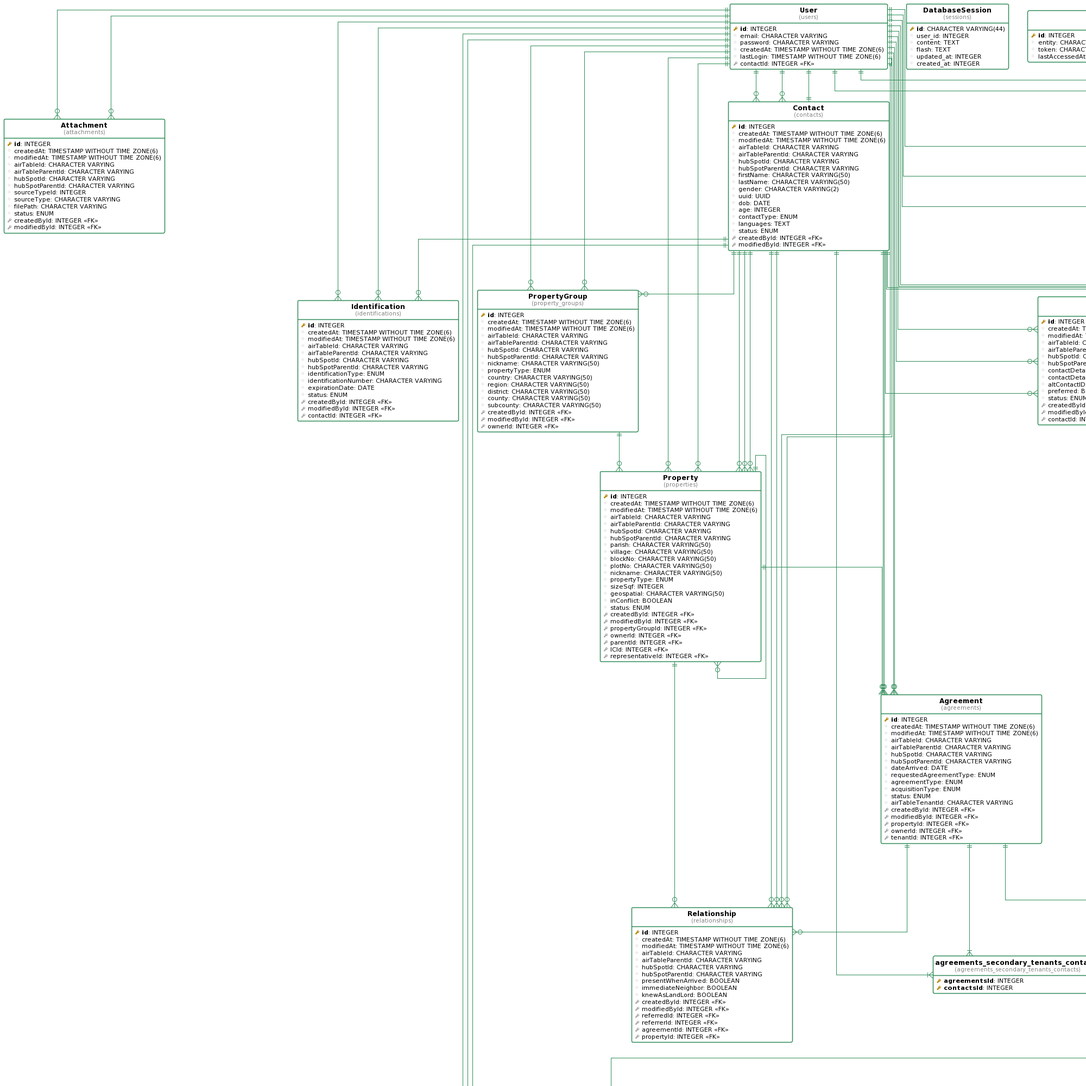
The PlantUML diagram docs/database-uml.png in Mwimwii/esapp-bb, before a commit.
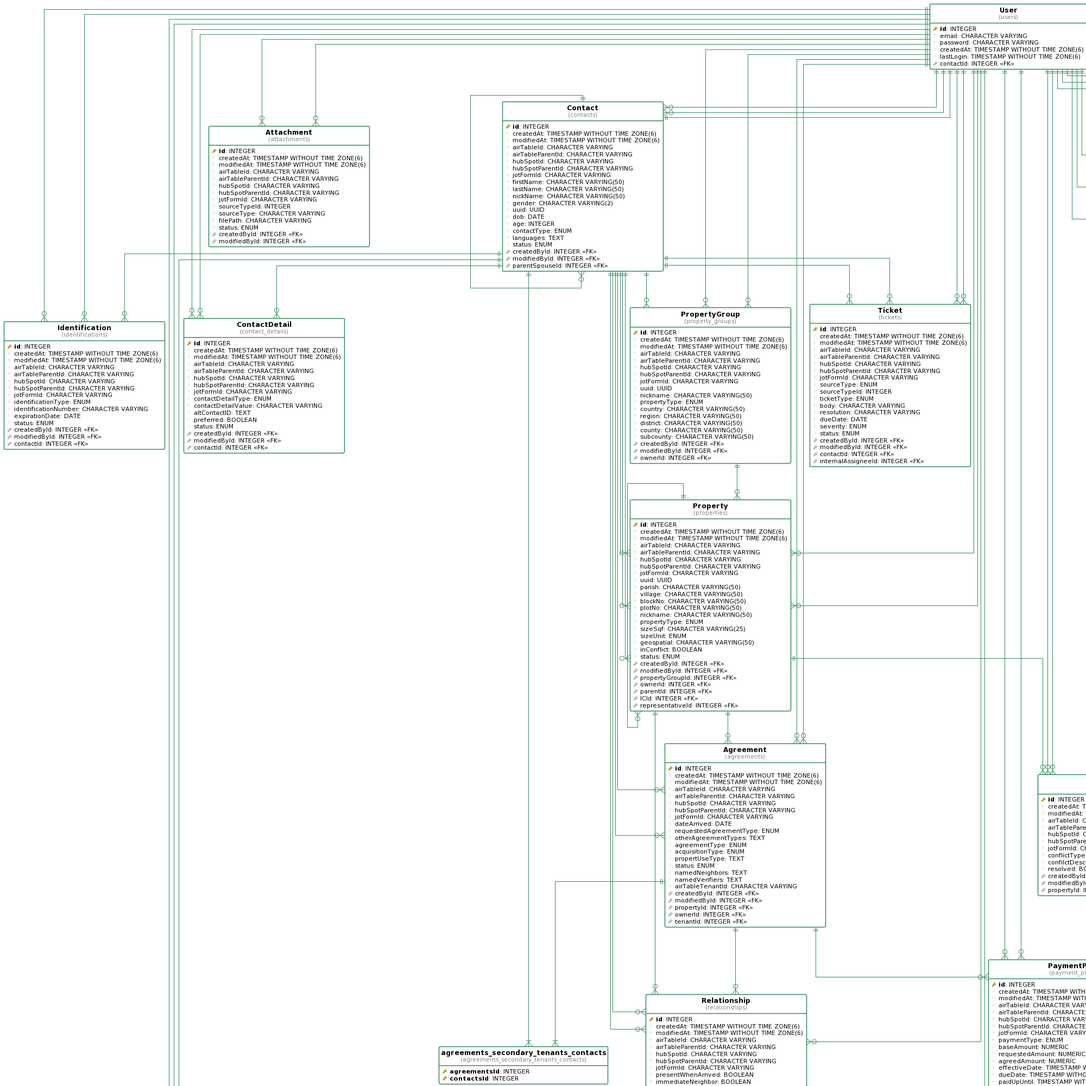
Above is the later version.

Commit message:
[titl-1201420972393555] Read and store sequence

What changed in the source:
```diff
@@ -41,6 +41,32 @@
   column( created_at ): INTEGER
 }
 
+table( Agreement, agreements ) as agreements {
+  pkey( id ): INTEGER
+  column( createdAt ): TIMESTAMP WITHOUT TIME ZONE(6)
+  column( modifiedAt ): TIMESTAMP WITHOUT TIME ZONE(6)
+  column( airTableId ): CHARACTER VARYING
+  column( airTableParentId ): CHARACTER VARYING
+  column( hubSpotId ): CHARACTER VARYING
+  column( hubSpotParentId ): CHARACTER VARYING
+  column( jotFormId ): CHARACTER VARYING
+  column( dateArrived ): DATE
+  column( requestedAgreementType ): ENUM
+  column( otherAgreementTypes ): TEXT
+  column( agreementType ): ENUM
+  column( acquisitionType ): ENUM
+  column( propertUseType ): TEXT
+  column( status ): ENUM
+  column( namedNeighbors ): TEXT
+  column( namedVerifiers ): TEXT
+  column( airTableTenantId ): CHARACTER VARYING
+  fkey( createdById ): INTEGER <<FK>>
+  fkey( modifiedById ): INTEGER <<FK>>
+  fkey( propertyId ): INTEGER <<FK>>
+  fkey( ownerId ): INTEGER <<FK>>
+  fkey( tenantId ): INTEGER <<FK>>
+}
+
 table( Attachment, attachments ) as attachments {
   pkey( id ): INTEGER
   column( createdAt ): TIMESTAMP WITHOUT TIME ZONE(6)
@@ -49,6 +75,7 @@
   column( airTableParentId ): CHARACTER VARYING
   column( hubSpotId ): CHARACTER VARYING
   column( hubSpotParentId ): CHARACTER VARYING
+  column( jotFormId ): CHARACTER VARYING
   column( sourceTypeId ): INTEGER
   column( sourceType ): CHARACTER VARYING
   column( filePath ): CHARACTER VARYING
@@ -65,6 +92,7 @@
   column( airTableParentId ): CHARACTER VARYING
   column( hubSpotId ): CHARACTER VARYING
   column( hubSpotParentId ): CHARACTER VARYING
+  column( jotFormId ): CHARACTER VARYING
   column( identificationType ): ENUM
   column( identificationNumber ): CHARACTER VARYING
   column( expirationDate ): DATE
@@ -82,6 +110,8 @@
   column( airTableParentId ): CHARACTER VARYING
   column( hubSpotId ): CHARACTER VARYING
   column( hubSpotParentId ): CHARACTER VARYING
+  column( jotFormId ): CHARACTER VARYING
+  column( uuid ): UUID
   column( nickname ): CHARACTER VARYING(50)
   column( propertyType ): ENUM
   column( country ): CHARACTER VARYING(50)
@@ -102,8 +132,10 @@
   column( airTableParentId ): CHARACTER VARYING
   column( hubSpotId ): CHARACTER VARYING
   column( hubSpotParentId ): CHARACTER VARYING
+  column( jotFormId ): CHARACTER VARYING
   column( firstName ): CHARACTER VARYING(50)
   column( lastName ): CHARACTER VARYING(50)
+  column( nickName ): CHARACTER VARYING(50)
   column( gender ): CHARACTER VARYING(2)
   column( uuid ): UUID
   column( dob ): DATE
@@ -113,6 +145,7 @@
   column( status ): ENUM
   fkey( createdById ): INTEGER <<FK>>
   fkey( modifiedById ): INTEGER <<FK>>
+  fkey( parentSpouseId ): INTEGER <<FK>>
 }
 
 table( ContactDetail, contact_details ) as contact_details {
@@ -123,6 +156,7 @@
   column( airTableParentId ): CHARACTER VARYING
   column( hubSpotId ): CHARACTER VARYING
   column( hubSpotParentId ): CHARACTER VARYING
+  column( jotFormId ): CHARACTER VARYING
   column( contactDetailType ): ENUM
   column( contactDetailValue ): CHARACTER VARYING
   column( altContactID ): TEXT
@@ -141,6 +175,7 @@
   column( airTableParentId ): CHARACTER VARYING
   column( hubSpotId ): CHARACTER VARYING
   column( hubSpotParentId ): CHARACTER VARYING
+  column( jotFormId ): CHARACTER VARYING
   column( paymentType ): ENUM
   column( paidBy ): CHARACTER VARYING
   column( amount ): NUMERIC
@@ -170,8 +205,10 @@
   column( airTableParentId ): CHARACTER VARYING
   column( hubSpotId ): CHARACTER VARYING
   column( hubSpotParentId ): CHARACTER VARYING
+  column( jotFormId ): CHARACTER VARYING
   column( paymentType ): ENUM
   column( baseAmount ): NUMERIC
+  column( requestedAmount ): NUMERIC
   column( agreedAmount ): NUMERIC
   column( effectiveDate ): TIMESTAMP WITHOUT TIME ZONE(6)
   column( dueDate ): TIMESTAMP WITHOUT TIME ZONE(6)
@@ -198,13 +235,16 @@
   column( airTableParentId ): CHARACTER VARYING
   column( hubSpotId ): CHARACTER VARYING
   column( hubSpotParentId ): CHARACTER VARYING
+  column( jotFormId ): CHARACTER VARYING
+  column( uuid ): UUID
   column( parish ): CHARACTER VARYING(50)
   column( village ): CHARACTER VARYING(50)
   column( blockNo ): CHARACTER VARYING(50)
   column( plotNo ): CHARACTER VARYING(50)
   column( nickname ): CHARACTER VARYING(50)
   column( propertyType ): ENUM
-  column( sizeSqf ): INTEGER
+  column( sizeSqf ): CHARACTER VARYING(25)
+  column( sizeUnit ): ENUM
   column( geospatial ): CHARACTER VARYING(50)
   column( inConflict ): BOOLEAN
   column( status ): ENUM
@@ -225,6 +265,7 @@
   column( airTableParentId ): CHARACTER VARYING
   column( hubSpotId ): CHARACTER VARYING
   column( hubSpotParentId ): CHARACTER VARYING
+  column( jotFormId ): CHARACTER VARYING
   column( presentWhenArrived ): BOOLEAN
   column( immediateNeighbor ): BOOLEAN
   column( knewAsLandLord ): BOOLEAN
@@ -244,6 +285,7 @@
   column( airTableParentId ): CHARACTER VARYING
   column( hubSpotId ): CHARACTER VARYING
   column( hubSpotParentId ): CHARACTER VARYING
+  column( jotFormId ): CHARACTER VARYING
   column( sourceType ): ENUM
   column( sourceTypeId ): INTEGER
   column( ticketType ): ENUM
@@ -265,7 +307,7 @@
   column( lastAccessedAt ): TIMESTAMP WITHOUT TIME ZONE(6)
 }
 
-table( Agreement, agreements ) as agreements {
+table( Conflict, conflicts ) as conflicts {
   pkey( id ): INTEGER
   column( createdAt ): TIMESTAMP WITHOUT TIME ZONE(6)
   column( modifiedAt ): TIMESTAMP WITHOUT TIME ZONE(6)
@@ -273,17 +315,31 @@
   column( airTableParentId ): CHARACTER VARYING
   column( hubSpotId ): CHARACTER VARYING
   column( hubSpotParentId ): CHARACTER VARYING
-  column( dateArrived ): DATE
-  column( requestedAgreementType ): ENUM
-  column( agreementType ): ENUM
-  column( acquisitionType ): ENUM
-  column( status ): ENUM
-  column( airTableTenantId ): CHARACTER VARYING
+  column( jotFormId ): CHARACTER VARYING
+  column( conflictType ): TEXT
+  column( confilctDescription ): TEXT
+  column( resolved ): BOOLEAN
   fkey( createdById ): INTEGER <<FK>>
   fkey( modifiedById ): INTEGER <<FK>>
   fkey( propertyId ): INTEGER <<FK>>
-  fkey( ownerId ): INTEGER <<FK>>
-  fkey( tenantId ): INTEGER <<FK>>
+}
+
+table( Administrator, administrators ) as administrators {
+  pkey( id ): INTEGER
+  column( createdAt ): TIMESTAMP WITHOUT TIME ZONE(6)
+  column( modifiedAt ): TIMESTAMP WITHOUT TIME ZONE(6)
+  column( airTableId ): CHARACTER VARYING
+  column( airTableParentId ): CHARACTER VARYING
+  column( hubSpotId ): CHARACTER VARYING
+  column( hubSpotParentId ): CHARACTER VARYING
+  column( jotFormId ): CHARACTER VARYING
+  column( firstName ): CHARACTER VARYING(50)
+  column( lastName ): CHARACTER VARYING(50)
+  column( team ): CHARACTER VARYING(50)
+  column( superadmin ): BOOLEAN
+  fkey( createdById ): INTEGER <<FK>>
+  fkey( modifiedById ): INTEGER <<FK>>
+  fkey( userId ): INTEGER <<FK>>
 }
 
 table( MagicCode, magic_codes ) as magic_codes {
@@ -294,6 +350,7 @@
   column( airTableParentId ): CHARACTER VARYING
   column( hubSpotId ): CHARACTER VARYING
   column( hubSpotParentId ): CHARACTER VARYING
+  column( jotFormId ): CHARACTER VARYING
   column( token ): CHARACTER VARYING(255)
   column( expiresAt ): DATE
   column( usedAt ): DATE
@@ -309,6 +366,11 @@
 }
 
 "contacts" ||--|| "users"
+"users" ||--o{ "agreements"
+"users" ||--o{ "agreements"
+"properties" ||--o{ "agreements"
+"contacts" ||--o{ "agreements"
+"contacts" ||--o{ "agreements"
 "users" ||--o{ "attachments"
 "users" ||--o{ "attachments"
 "users" ||--o{ "identifications"
@@ -319,6 +381,7 @@
 "contacts" ||--o{ "property_groups"
 "users" ||--o{ "contacts"
 "users" ||--o{ "contacts"
+"contacts" ||--o{ "contacts"
 "users" ||--o{ "contact_details"
 "users" ||--o{ "contact_details"
 "contacts" ||--o{ "contact_details"
@@ -346,11 +409,12 @@
 "users" ||--o{ "tickets"
 "contacts" ||--o{ "tickets"
 "contacts" ||--o{ "tickets"
-"users" ||--o{ "agreements"
-"users" ||--o{ "agreements"
-"properties" ||--o{ "agreements"
-"contacts" ||--o{ "agreements"
-"contacts" ||--o{ "agreements"
+"users" ||--o{ "conflicts"
+"users" ||--o{ "conflicts"
+"properties" ||--o{ "conflicts"
+"users" ||--o{ "administrators"
+"users" ||--o{ "administrators"
+"users" ||--|| "administrators"
 "users" ||--o{ "magic_codes"
 "users" ||--o{ "magic_codes"
 "users" ||--o{ "magic_codes"
```
